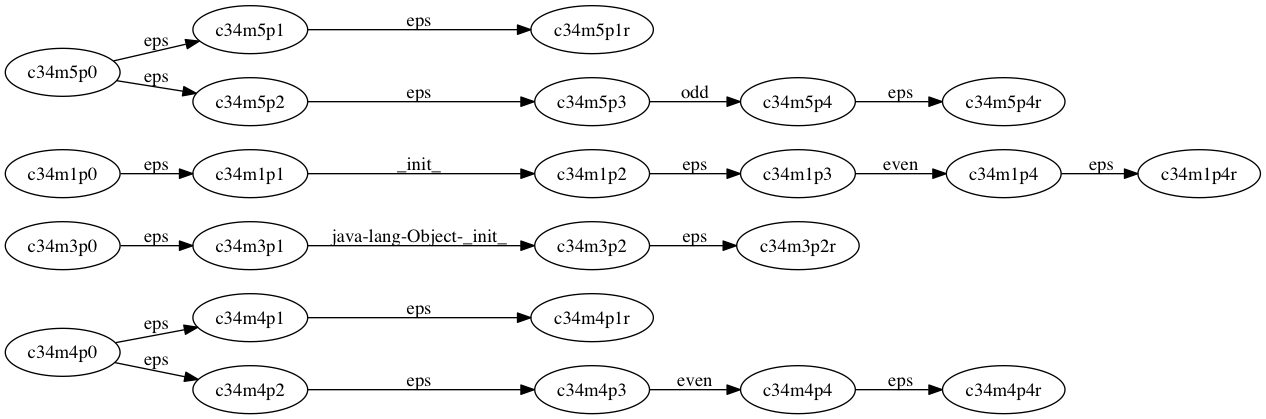
Above: cfg.dot.png in sdierauf/automata-and-languages-lab2 (Graphviz), before the change. Its source is kept beside it as cfg.dot. The source it was exported from:
```dot
digraph finite_state_machine {
	rankdir=LR;
	c34m4p0 -> c34m4p1 [ label = "eps"];
	c34m4p0 -> c34m4p2 [ label = "eps"];
	c34m4p1 -> c34m4p1r [ label = "eps"];
	c34m4p2 -> c34m4p3 [ label = "eps"];
	c34m4p3 -> c34m4p4 [ label = "even"];
	c34m4p4 -> c34m4p4r [ label = "eps"];
	c34m3p0 -> c34m3p1 [ label = "eps"];
	c34m3p1 -> c34m3p2 [ label = "java-lang-Object-_init_"];
	c34m3p2 -> c34m3p2r [ label = "eps"];
	c34m1p0 -> c34m1p1 [ label = "eps"];
	c34m1p1 -> c34m1p2 [ label = "_init_"];
	c34m1p2 -> c34m1p3 [ label = "eps"];
	c34m1p3 -> c34m1p4 [ label = "even"];
	c34m1p4 -> c34m1p4r [ label = "eps"];
	c34m5p0 -> c34m5p1 [ label = "eps"];
	c34m5p0 -> c34m5p2 [ label = "eps"];
	c34m5p1 -> c34m5p1r [ label = "eps"];
	c34m5p2 -> c34m5p3 [ label = "eps"];
	c34m5p3 -> c34m5p4 [ label = "odd"];
	c34m5p4 -> c34m5p4r [ label = "eps"];
}
```
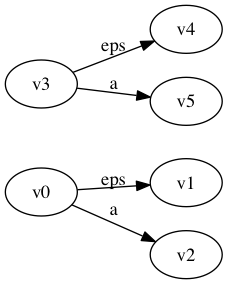
The same diagram one commit later.

Diff of the diagram source:
```diff
@@ -1,23 +1,7 @@
 digraph finite_state_machine {
 	rankdir=LR;
-	c34m4p0 -> c34m4p1 [ label = "eps"];
-	c34m4p0 -> c34m4p2 [ label = "eps"];
-	c34m4p1 -> c34m4p1r [ label = "eps"];
-	c34m4p2 -> c34m4p3 [ label = "eps"];
-	c34m4p3 -> c34m4p4 [ label = "even"];
-	c34m4p4 -> c34m4p4r [ label = "eps"];
-	c34m3p0 -> c34m3p1 [ label = "eps"];
-	c34m3p1 -> c34m3p2 [ label = "java-lang-Object-_init_"];
-	c34m3p2 -> c34m3p2r [ label = "eps"];
-	c34m1p0 -> c34m1p1 [ label = "eps"];
-	c34m1p1 -> c34m1p2 [ label = "_init_"];
-	c34m1p2 -> c34m1p3 [ label = "eps"];
-	c34m1p3 -> c34m1p4 [ label = "even"];
-	c34m1p4 -> c34m1p4r [ label = "eps"];
-	c34m5p0 -> c34m5p1 [ label = "eps"];
-	c34m5p0 -> c34m5p2 [ label = "eps"];
-	c34m5p1 -> c34m5p1r [ label = "eps"];
-	c34m5p2 -> c34m5p3 [ label = "eps"];
-	c34m5p3 -> c34m5p4 [ label = "odd"];
-	c34m5p4 -> c34m5p4r [ label = "eps"];
+	v0 -> v1 [ label = "eps"];
+	v0 -> v2 [ label = "a"];
+	v3 -> v4 [ label = "eps"];
+	v3 -> v5 [ label = "a"];
 }
```
